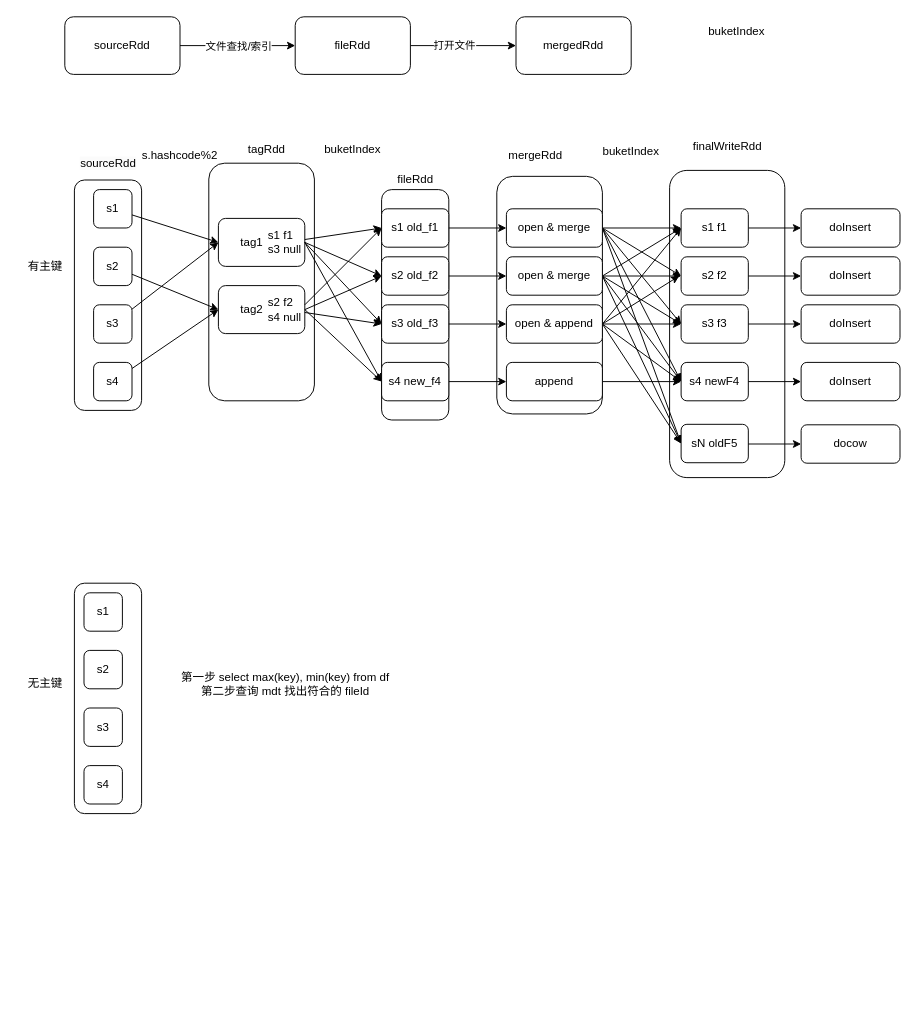
Above: 分区变更.drawio in loukey-lj/WX (draw.io), before the change. Source tidied: cells renumbered, new cells numbered last; positions are measured from the earlier drawing's top-left corner, leaving out a move shared by most shapes. Both pictures are drawn from the tidied source at 96%, with x=0, y=0 at pixel (16, 16).
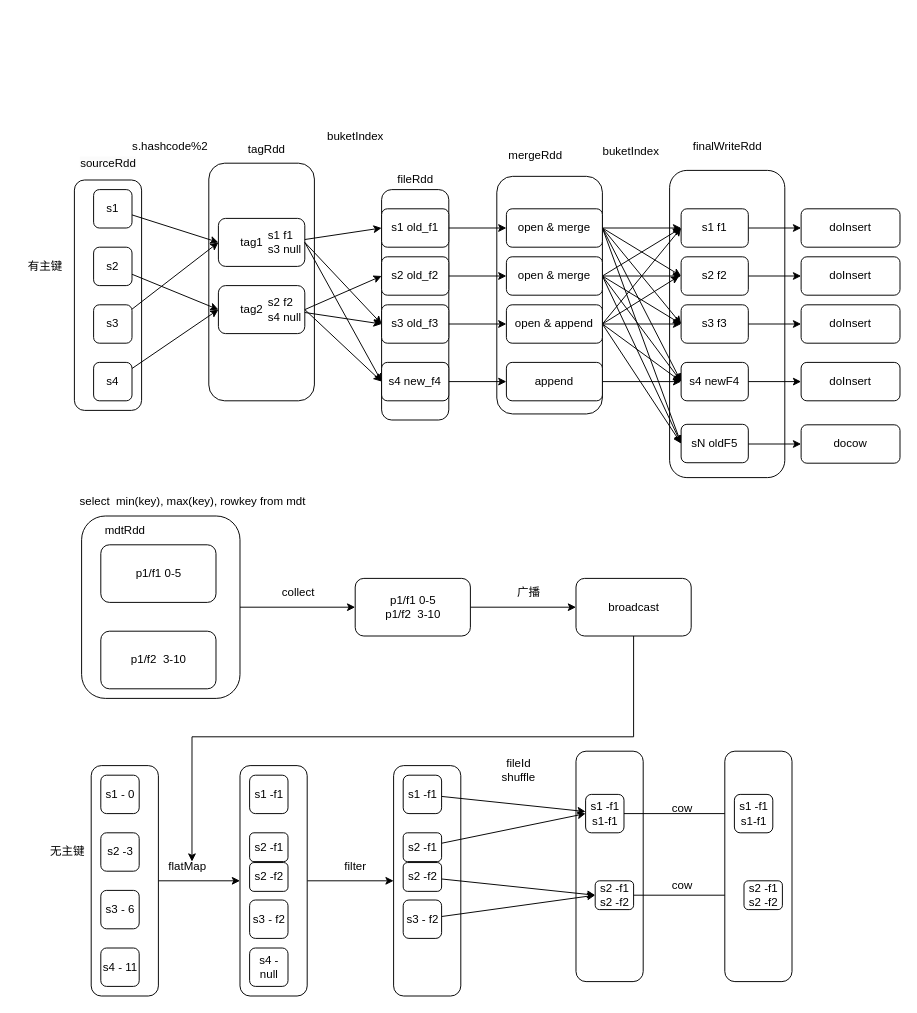
Above is the later version.

Commit message:
更新分区变更.drawio

Unchanged cells that the change refers to:
```xml
<mxCell id="30" value="&lt;div style=&quot;&quot;&gt;&lt;span style=&quot;background-color: initial;&quot;&gt;s1 f1&lt;/span&gt;&lt;/div&gt;s3 null" style="text;html=1;strokeColor=none;fillColor=none;align=left;verticalAlign=middle;whiteSpace=wrap;rounded=0;" parent="1" vertex="1">
  <mxGeometry x="260" y="220" width="40" height="30" as="geometry" />
</mxCell>
<mxCell id="36" value="s1 old_f1" style="rounded=1;whiteSpace=wrap;html=1;" parent="1" vertex="1">
  <mxGeometry x="380" y="200" width="70" height="40" as="geometry" />
</mxCell>
<mxCell id="37" value="s2 old_f2" style="rounded=1;whiteSpace=wrap;html=1;" parent="1" vertex="1">
  <mxGeometry x="380" y="250" width="70" height="40" as="geometry" />
</mxCell>
```

The edit, as a diff of the source:
```diff
@@
+    <mxCell id="94" style="rounded=1;whiteSpace=wrap;html=1;" parent="1" vertex="1">
+      <mxGeometry x="582.5" y="765" width="70" height="240" as="geometry" />
+    </mxCell>
+    <mxCell id="95" style="edgeStyle=orthogonalEdgeStyle;rounded=0;jettySize=auto;html=1;" parent="1" edge="1" source="96" target="103">
+      <mxGeometry relative="1" as="geometry" />
+    </mxCell>
+    <mxCell id="96" style="rounded=1;whiteSpace=wrap;html=1;" parent="1" vertex="1">
+      <mxGeometry x="67.5" y="520" width="165" height="190" as="geometry" />
+    </mxCell>
@@
+    <mxCell id="97" style="edgeStyle=orthogonalEdgeStyle;rounded=0;jettySize=auto;html=1;" parent="1" edge="1" source="7" target="109">
+      <mxGeometry relative="1" as="geometry" />
+    </mxCell>
     <mxCell id="7" style="rounded=1;whiteSpace=wrap;html=1;" parent="1" vertex="1">
-      <mxGeometry x="60" y="590" width="70" height="240" as="geometry" />
+      <mxGeometry x="77.5" y="780" width="70" height="240" as="geometry" />
     </mxCell>
-    <mxCell id="8" style="edgeStyle=orthogonalEdgeStyle;rounded=0;jettySize=auto;html=1;" parent="1" edge="1" source="10" target="13">
-      <mxGeometry relative="1" as="geometry" />
-    </mxCell>
-    <mxCell id="9" value="文件查找/索引" style="edgeLabel;html=1;align=center;verticalAlign=middle;" parent="8" vertex="1">
-      <mxGeometry x="-0.32" relative="1" as="geometry">
-        <mxPoint x="19" as="offset" />
-      </mxGeometry>
-    </mxCell>
-    <mxCell id="10" value="sourceRdd" style="rounded=1;whiteSpace=wrap;html=1;" parent="1" vertex="1">
-      <mxGeometry x="50" width="120" height="60" as="geometry" />
-    </mxCell>
-    <mxCell id="11" style="edgeStyle=orthogonalEdgeStyle;rounded=0;jettySize=auto;html=1;" parent="1" edge="1" source="13" target="14">
-      <mxGeometry relative="1" as="geometry" />
-    </mxCell>
-    <mxCell id="12" value="打开文件" style="edgeLabel;html=1;align=center;verticalAlign=middle;" parent="11" vertex="1">
-      <mxGeometry x="-0.18" y="1" relative="1" as="geometry" />
-    </mxCell>
-    <mxCell id="13" value="fileRdd" style="rounded=1;whiteSpace=wrap;html=1;" parent="1" vertex="1">
-      <mxGeometry x="290" width="120" height="60" as="geometry" />
-    </mxCell>
-    <mxCell id="14" value="mergedRdd" style="rounded=1;whiteSpace=wrap;html=1;" parent="1" vertex="1">
-      <mxGeometry x="520" width="120" height="60" as="geometry" />
-    </mxCell>
@@
     <mxCell id="25" value="s.hashcode%2" style="text;html=1;strokeColor=none;fillColor=none;align=center;verticalAlign=middle;whiteSpace=wrap;rounded=0;" parent="1" vertex="1">
-      <mxGeometry x="120" y="130" width="100" height="30" as="geometry" />
+      <mxGeometry x="110" y="120" width="100" height="30" as="geometry" />
     </mxCell>
@@
-    <mxCell id="28" style="edgeStyle=none;rounded=0;jettySize=auto;html=1;entryX=0;entryY=0.5;entryDx=0;entryDy=0;exitX=1;exitY=0.5;exitDx=0;exitDy=0;" parent="1" edge="1" source="30" target="37">
-      <mxGeometry relative="1" as="geometry" />
-    </mxCell>
@@
-    <mxCell id="33" style="edgeStyle=none;rounded=0;jettySize=auto;html=1;entryX=0;entryY=0.5;entryDx=0;entryDy=0;" parent="1" edge="1" target="36">
-      <mxGeometry relative="1" as="geometry">
-        <mxPoint x="300" y="300" as="sourcePoint" />
-      </mxGeometry>
-    </mxCell>
@@
     <mxCell id="39" value="buketIndex" style="text;html=1;strokeColor=none;fillColor=none;align=center;verticalAlign=middle;whiteSpace=wrap;rounded=0;" parent="1" vertex="1">
-      <mxGeometry x="310" y="122.5" width="80" height="30" as="geometry" />
+      <mxGeometry x="312.5" y="110" width="80" height="30" as="geometry" />
     </mxCell>
@@
-    <mxCell id="61" value="buketIndex" style="text;html=1;strokeColor=none;fillColor=none;align=center;verticalAlign=middle;whiteSpace=wrap;rounded=0;" parent="1" vertex="1">
-      <mxGeometry x="710" width="80" height="30" as="geometry" />
-    </mxCell>
@@
-    <mxCell id="83" value="无主键" style="text;html=1;strokeColor=none;fillColor=none;align=center;verticalAlign=middle;whiteSpace=wrap;rounded=0;" parent="1" vertex="1">
-      <mxGeometry y="680" width="60" height="30" as="geometry" />
-    </mxCell>
-    <mxCell id="84" value="s1" style="rounded=1;whiteSpace=wrap;html=1;" parent="1" vertex="1">
-      <mxGeometry x="70" y="600" width="40" height="40" as="geometry" />
+    <mxCell id="84" value="s1 - 0" style="rounded=1;whiteSpace=wrap;html=1;" parent="1" vertex="1">
+      <mxGeometry x="87.5" y="790" width="40" height="40" as="geometry" />
     </mxCell>
-    <mxCell id="85" value="s2" style="rounded=1;whiteSpace=wrap;html=1;" parent="1" vertex="1">
-      <mxGeometry x="70" y="660" width="40" height="40" as="geometry" />
+    <mxCell id="85" value="s2 -3" style="rounded=1;whiteSpace=wrap;html=1;" parent="1" vertex="1">
+      <mxGeometry x="87.5" y="850" width="40" height="40" as="geometry" />
     </mxCell>
-    <mxCell id="86" value="s3" style="rounded=1;whiteSpace=wrap;html=1;" parent="1" vertex="1">
-      <mxGeometry x="70" y="720" width="40" height="40" as="geometry" />
+    <mxCell id="86" value="s3 - 6" style="rounded=1;whiteSpace=wrap;html=1;" parent="1" vertex="1">
+      <mxGeometry x="87.5" y="910" width="40" height="40" as="geometry" />
     </mxCell>
-    <mxCell id="87" value="s4" style="rounded=1;whiteSpace=wrap;html=1;" parent="1" vertex="1">
-      <mxGeometry x="70" y="780" width="40" height="40" as="geometry" />
+    <mxCell id="87" value="s4 - 11" style="rounded=1;whiteSpace=wrap;html=1;" parent="1" vertex="1">
+      <mxGeometry x="87.5" y="970" width="40" height="40" as="geometry" />
     </mxCell>
-    <mxCell id="88" value="第一步 select max(key), min(key) from df&lt;br&gt;第二步查询 mdt 找出符合的 fileId" style="text;html=1;strokeColor=none;fillColor=none;align=center;verticalAlign=middle;whiteSpace=wrap;rounded=0;" parent="1" vertex="1">
-      <mxGeometry x="165" y="685" width="230" height="20" as="geometry" />
-    </mxCell>
@@
+    <mxCell id="98" value="select&amp;nbsp; min(key), max(key), rowkey from mdt" style="text;html=1;align=center;verticalAlign=middle;strokeColor=none;fillColor=none;" parent="1" vertex="1">
+      <mxGeometry x="52.5" y="490" width="260" height="30" as="geometry" />
+    </mxCell>
+    <mxCell id="99" value="p1/f1 0-5" style="rounded=1;whiteSpace=wrap;html=1;" parent="1" vertex="1">
+      <mxGeometry x="87.5" y="550" width="120" height="60" as="geometry" />
+    </mxCell>
+    <mxCell id="100" value="p1/f2&amp;nbsp; 3-10" style="rounded=1;whiteSpace=wrap;html=1;" parent="1" vertex="1">
+      <mxGeometry x="87.5" y="640" width="120" height="60" as="geometry" />
+    </mxCell>
+    <mxCell id="101" value="mdtRdd" style="text;html=1;strokeColor=none;fillColor=none;align=center;verticalAlign=middle;whiteSpace=wrap;rounded=0;" parent="1" vertex="1">
+      <mxGeometry x="82.5" y="520" width="60" height="30" as="geometry" />
+    </mxCell>
+    <mxCell id="102" style="edgeStyle=orthogonalEdgeStyle;rounded=0;jettySize=auto;html=1;" parent="1" edge="1" source="103" target="106">
+      <mxGeometry relative="1" as="geometry" />
+    </mxCell>
+    <mxCell id="103" value="p1/f1 0-5&lt;br&gt;p1/f2&amp;nbsp; 3-10" style="rounded=1;whiteSpace=wrap;html=1;" parent="1" vertex="1">
+      <mxGeometry x="352.5" y="585" width="120" height="60" as="geometry" />
+    </mxCell>
+    <mxCell id="104" value="collect" style="text;html=1;align=center;verticalAlign=middle;strokeColor=none;fillColor=none;" parent="1" vertex="1">
+      <mxGeometry x="262.5" y="585" width="60" height="30" as="geometry" />
+    </mxCell>
+    <mxCell id="105" style="edgeStyle=orthogonalEdgeStyle;rounded=0;jettySize=auto;html=1;entryX=0.583;entryY=0.333;entryDx=0;entryDy=0;entryPerimeter=0;" parent="1" edge="1" source="106" target="114">
+      <mxGeometry relative="1" as="geometry">
+        <Array as="points">
+          <mxPoint x="642.5" y="750" />
+          <mxPoint x="182.5" y="750" />
+        </Array>
+      </mxGeometry>
+    </mxCell>
+    <mxCell id="106" value="broadcast" style="rounded=1;whiteSpace=wrap;html=1;" parent="1" vertex="1">
+      <mxGeometry x="582.5" y="585" width="120" height="60" as="geometry" />
+    </mxCell>
+    <mxCell id="107" value="广播" style="text;html=1;align=center;verticalAlign=middle;strokeColor=none;fillColor=none;" parent="1" vertex="1">
+      <mxGeometry x="507.5" y="585" width="50" height="30" as="geometry" />
+    </mxCell>
+    <mxCell id="108" style="edgeStyle=orthogonalEdgeStyle;rounded=0;jettySize=auto;html=1;entryX=0;entryY=0.5;entryDx=0;entryDy=0;" parent="1" edge="1" source="109" target="116">
+      <mxGeometry relative="1" as="geometry" />
+    </mxCell>
+    <mxCell id="109" style="rounded=1;whiteSpace=wrap;html=1;" parent="1" vertex="1">
+      <mxGeometry x="232.5" y="780" width="70" height="240" as="geometry" />
+    </mxCell>
+    <mxCell id="110" value="s1 -f1" style="rounded=1;whiteSpace=wrap;html=1;" parent="1" vertex="1">
+      <mxGeometry x="242.5" y="790" width="40" height="40" as="geometry" />
+    </mxCell>
+    <mxCell id="111" value="s2 -f1" style="rounded=1;whiteSpace=wrap;html=1;" parent="1" vertex="1">
+      <mxGeometry x="242.5" y="850" width="40" height="30" as="geometry" />
+    </mxCell>
+    <mxCell id="112" value="s3 - f2" style="rounded=1;whiteSpace=wrap;html=1;" parent="1" vertex="1">
+      <mxGeometry x="242.5" y="920" width="40" height="40" as="geometry" />
+    </mxCell>
+    <mxCell id="113" value="s4 -null" style="rounded=1;whiteSpace=wrap;html=1;" parent="1" vertex="1">
+      <mxGeometry x="242.5" y="970" width="40" height="40" as="geometry" />
+    </mxCell>
+    <mxCell id="114" value="flatMap" style="text;html=1;strokeColor=none;fillColor=none;align=center;verticalAlign=middle;whiteSpace=wrap;rounded=0;" parent="1" vertex="1">
+      <mxGeometry x="147.5" y="870" width="60" height="30" as="geometry" />
+    </mxCell>
+    <mxCell id="115" value="s2 -f2" style="rounded=1;whiteSpace=wrap;html=1;" parent="1" vertex="1">
+      <mxGeometry x="242.5" y="881" width="40" height="30" as="geometry" />
+    </mxCell>
+    <mxCell id="116" style="rounded=1;whiteSpace=wrap;html=1;" parent="1" vertex="1">
+      <mxGeometry x="392.5" y="780" width="70" height="240" as="geometry" />
+    </mxCell>
+    <mxCell id="117" style="rounded=0;jettySize=auto;html=1;" parent="1" edge="1" source="118" target="127">
+      <mxGeometry relative="1" as="geometry" />
+    </mxCell>
+    <mxCell id="118" value="s1 -f1" style="rounded=1;whiteSpace=wrap;html=1;" parent="1" vertex="1">
+      <mxGeometry x="402.5" y="790" width="40" height="40" as="geometry" />
+    </mxCell>
+    <mxCell id="119" style="rounded=0;jettySize=auto;html=1;entryX=0;entryY=0.5;entryDx=0;entryDy=0;" parent="1" edge="1" source="120" target="127">
+      <mxGeometry relative="1" as="geometry" />
+    </mxCell>
+    <mxCell id="120" value="s2 -f1" style="rounded=1;whiteSpace=wrap;html=1;" parent="1" vertex="1">
+      <mxGeometry x="402.5" y="850" width="40" height="30" as="geometry" />
+    </mxCell>
+    <mxCell id="121" style="rounded=0;jettySize=auto;html=1;entryX=0;entryY=0.5;entryDx=0;entryDy=0;" parent="1" edge="1" source="122" target="129">
+      <mxGeometry relative="1" as="geometry" />
+    </mxCell>
+    <mxCell id="122" value="s3 - f2" style="rounded=1;whiteSpace=wrap;html=1;" parent="1" vertex="1">
+      <mxGeometry x="402.5" y="920" width="40" height="40" as="geometry" />
+    </mxCell>
+    <mxCell id="123" style="rounded=0;jettySize=auto;html=1;entryX=0;entryY=0.5;entryDx=0;entryDy=0;" parent="1" edge="1" source="124" target="129">
+      <mxGeometry relative="1" as="geometry" />
+    </mxCell>
+    <mxCell id="124" value="s2 -f2" style="rounded=1;whiteSpace=wrap;html=1;" parent="1" vertex="1">
+      <mxGeometry x="402.5" y="881" width="40" height="30" as="geometry" />
+    </mxCell>
+    <mxCell id="125" value="filter" style="text;html=1;strokeColor=none;fillColor=none;align=center;verticalAlign=middle;whiteSpace=wrap;rounded=0;" parent="1" vertex="1">
+      <mxGeometry x="322.5" y="870" width="60" height="30" as="geometry" />
+    </mxCell>
+    <mxCell id="126" style="edgeStyle=none;rounded=0;jettySize=auto;html=1;entryX=0;entryY=0.5;entryDx=0;entryDy=0;" parent="1" edge="1" source="127" target="132">
+      <mxGeometry relative="1" as="geometry" />
+    </mxCell>
+    <mxCell id="127" value="s1 -f1&lt;br&gt;s1-f1" style="rounded=1;whiteSpace=wrap;html=1;" parent="1" vertex="1">
+      <mxGeometry x="592.5" y="810" width="40" height="40" as="geometry" />
+    </mxCell>
+    <mxCell id="128" style="edgeStyle=none;rounded=0;jettySize=auto;html=1;entryX=0;entryY=0.5;entryDx=0;entryDy=0;" parent="1" edge="1" source="129" target="133">
+      <mxGeometry relative="1" as="geometry" />
+    </mxCell>
+    <mxCell id="129" value="s2 -f1&lt;br&gt;s2 -f2" style="rounded=1;whiteSpace=wrap;html=1;" parent="1" vertex="1">
+      <mxGeometry x="602.5" y="900" width="40" height="30" as="geometry" />
+    </mxCell>
+    <mxCell id="130" value="fileId shuffle" style="text;html=1;strokeColor=none;fillColor=none;align=center;verticalAlign=middle;whiteSpace=wrap;rounded=0;" parent="1" vertex="1">
+      <mxGeometry x="492.5" y="770" width="60" height="30" as="geometry" />
+    </mxCell>
+    <mxCell id="131" style="rounded=1;whiteSpace=wrap;html=1;" parent="1" vertex="1">
+      <mxGeometry x="737.5" y="765" width="70" height="240" as="geometry" />
+    </mxCell>
+    <mxCell id="132" value="s1 -f1&lt;br&gt;s1-f1" style="rounded=1;whiteSpace=wrap;html=1;" parent="1" vertex="1">
+      <mxGeometry x="747.5" y="810" width="40" height="40" as="geometry" />
+    </mxCell>
+    <mxCell id="133" value="s2 -f1&lt;br&gt;s2 -f2" style="rounded=1;whiteSpace=wrap;html=1;" parent="1" vertex="1">
+      <mxGeometry x="757.5" y="900" width="40" height="30" as="geometry" />
+    </mxCell>
+    <mxCell id="134" value="cow" style="text;html=1;align=center;verticalAlign=middle;strokeColor=none;fillColor=none;" parent="1" vertex="1">
+      <mxGeometry x="672.5" y="810" width="40" height="30" as="geometry" />
+    </mxCell>
+    <mxCell id="135" value="cow" style="text;html=1;align=center;verticalAlign=middle;strokeColor=none;fillColor=none;" parent="1" vertex="1">
+      <mxGeometry x="672.5" y="890" width="40" height="30" as="geometry" />
+    </mxCell>
+    <mxCell id="83" value="无主键" style="text;html=1;strokeColor=none;fillColor=none;align=center;verticalAlign=middle;whiteSpace=wrap;rounded=0;" parent="1" vertex="1">
+      <mxGeometry x="22.5" y="855" width="60" height="30" as="geometry" />
+    </mxCell>
```
